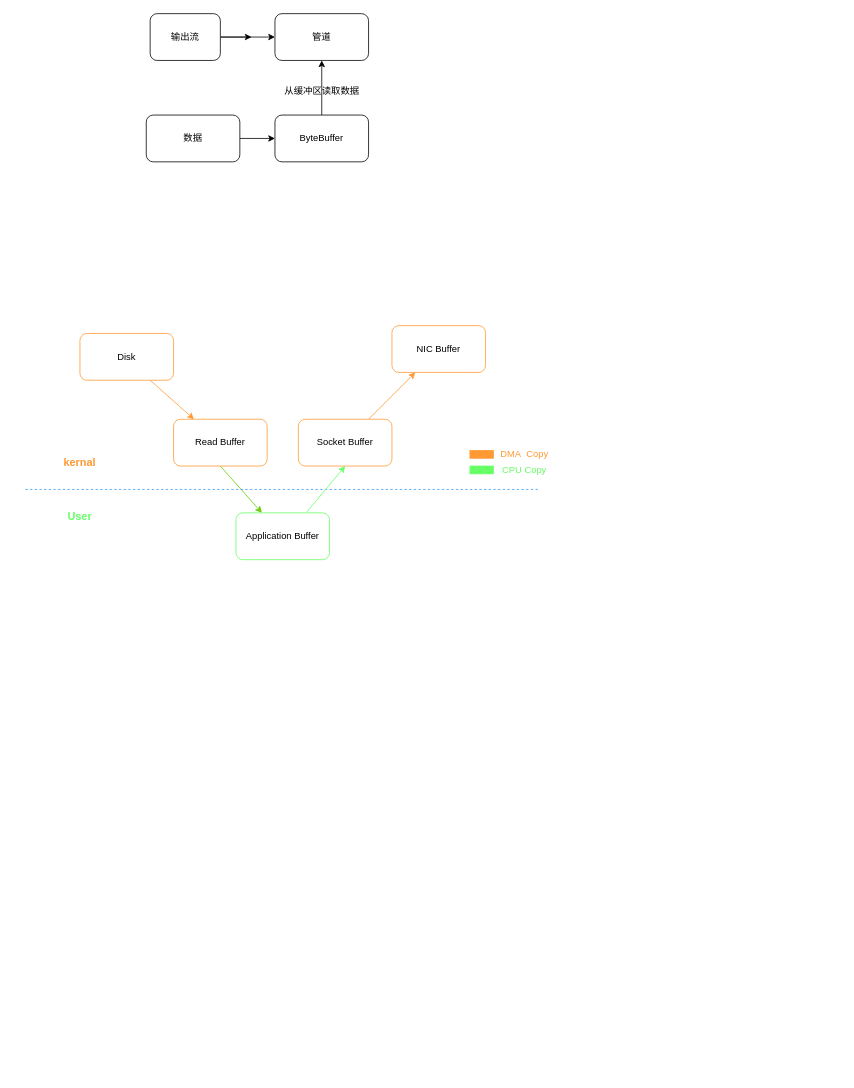
ZWYXY/all_images keeps this draw.io diagram as 1.drawio. Above is the earlier version. Source tidied: cells renumbered, new cells numbered last; positions are measured from the earlier drawing's top-left corner, leaving out a move shared by most shapes. Both pictures are drawn from the tidied source at 78%, with x=0, y=0 at pixel (25, 13).
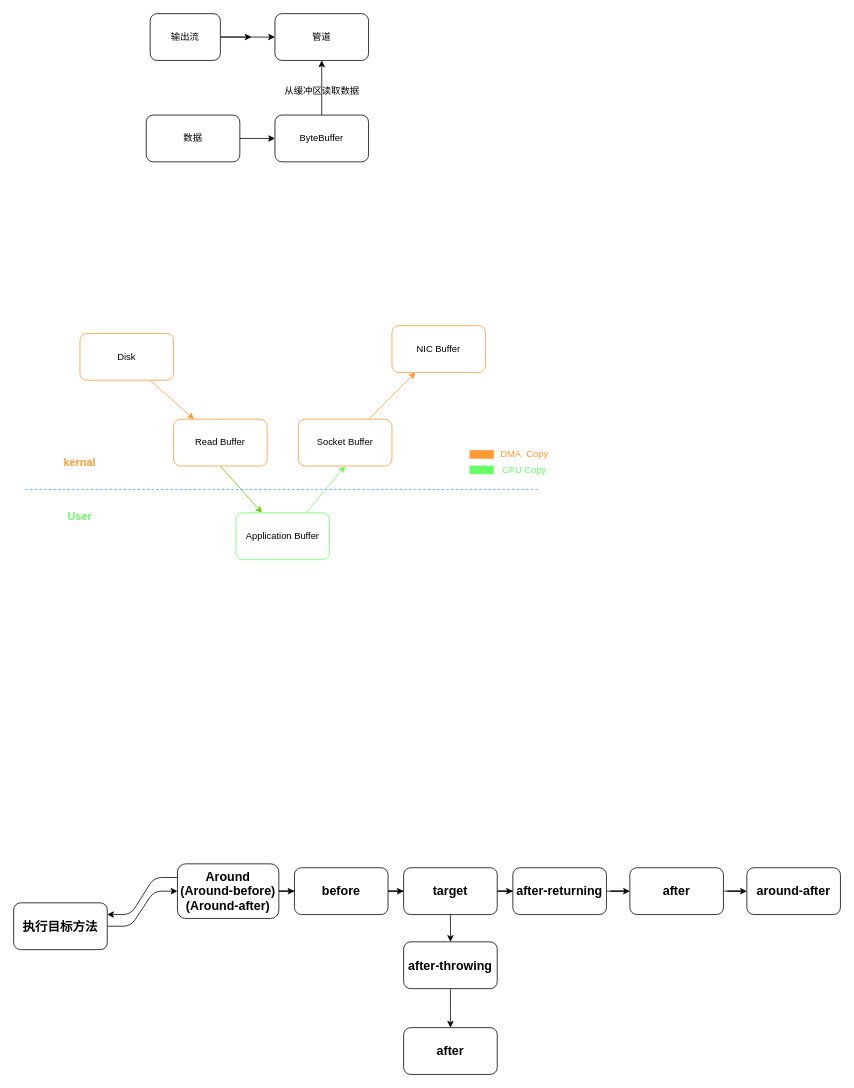
The same diagram, later.

The edit, as a diff of the source:
```diff
@@
+    <mxCell id="27" style="edgeStyle=entityRelationEdgeStyle;html=1;fontStyle=1;fontSize=16;" parent="1" edge="1" source="28" target="31">
+      <mxGeometry relative="1" as="geometry" />
+    </mxCell>
+    <mxCell id="28" value="执行目标方法" style="rounded=1;whiteSpace=wrap;html=1;fontStyle=1;fontSize=16;" parent="1" vertex="1">
+      <mxGeometry x="-15" y="1140" width="120" height="60" as="geometry" />
+    </mxCell>
+    <mxCell id="29" style="edgeStyle=entityRelationEdgeStyle;html=1;exitX=0;exitY=0.25;exitDx=0;exitDy=0;entryX=1;entryY=0.25;entryDx=0;entryDy=0;fontStyle=1;fontSize=16;" parent="1" edge="1" source="31" target="28">
+      <mxGeometry relative="1" as="geometry" />
+    </mxCell>
+    <mxCell id="30" style="edgeStyle=entityRelationEdgeStyle;html=1;fontStyle=1;fontSize=16;" parent="1" edge="1" source="31" target="33">
+      <mxGeometry relative="1" as="geometry" />
+    </mxCell>
+    <mxCell id="31" value="Around&lt;br style=&quot;font-size: 16px;&quot;&gt;(Around-before)&lt;br style=&quot;font-size: 16px;&quot;&gt;(Around-after)" style="whiteSpace=wrap;html=1;rounded=1;fontStyle=1;fontSize=16;" parent="1" vertex="1">
+      <mxGeometry x="195" y="1090" width="130" height="70" as="geometry" />
+    </mxCell>
+    <mxCell id="32" style="edgeStyle=entityRelationEdgeStyle;html=1;fontStyle=1;fontSize=16;" parent="1" edge="1" source="33" target="36">
+      <mxGeometry relative="1" as="geometry" />
+    </mxCell>
+    <mxCell id="33" value="before" style="rounded=1;whiteSpace=wrap;html=1;fontStyle=1;fontSize=16;" parent="1" vertex="1">
+      <mxGeometry x="345" y="1095" width="120" height="60" as="geometry" />
+    </mxCell>
+    <mxCell id="34" style="edgeStyle=entityRelationEdgeStyle;html=1;fontStyle=1;fontSize=16;" parent="1" edge="1" source="36" target="38">
+      <mxGeometry relative="1" as="geometry" />
+    </mxCell>
+    <mxCell id="35" style="edgeStyle=orthogonalEdgeStyle;html=1;exitX=0.5;exitY=1;exitDx=0;exitDy=0;entryX=0.5;entryY=0;entryDx=0;entryDy=0;curved=1;fontStyle=1;fontSize=16;" parent="1" edge="1" source="36" target="43">
+      <mxGeometry relative="1" as="geometry" />
+    </mxCell>
+    <mxCell id="36" value="target" style="whiteSpace=wrap;html=1;rounded=1;fontStyle=1;fontSize=16;" parent="1" vertex="1">
+      <mxGeometry x="485" y="1095" width="120" height="60" as="geometry" />
+    </mxCell>
+    <mxCell id="37" style="edgeStyle=entityRelationEdgeStyle;html=1;fontStyle=1;fontSize=16;" parent="1" edge="1" source="38" target="40">
+      <mxGeometry relative="1" as="geometry" />
+    </mxCell>
+    <mxCell id="38" value="after-returning" style="whiteSpace=wrap;html=1;rounded=1;fontStyle=1;fontSize=16;" parent="1" vertex="1">
+      <mxGeometry x="625" y="1095" width="120" height="60" as="geometry" />
+    </mxCell>
+    <mxCell id="39" style="edgeStyle=entityRelationEdgeStyle;html=1;fontStyle=1;fontSize=16;" parent="1" edge="1" source="40" target="41">
+      <mxGeometry relative="1" as="geometry" />
+    </mxCell>
+    <mxCell id="40" value="after" style="whiteSpace=wrap;html=1;rounded=1;fontStyle=1;fontSize=16;" parent="1" vertex="1">
+      <mxGeometry x="775" y="1095" width="120" height="60" as="geometry" />
+    </mxCell>
+    <mxCell id="41" value="around-after" style="whiteSpace=wrap;html=1;rounded=1;fontStyle=1;fontSize=16;" parent="1" vertex="1">
+      <mxGeometry x="925" y="1095" width="120" height="60" as="geometry" />
+    </mxCell>
+    <mxCell id="42" style="edgeStyle=orthogonalEdgeStyle;curved=1;html=1;fontSize=16;" parent="1" edge="1" source="43" target="44">
+      <mxGeometry relative="1" as="geometry" />
+    </mxCell>
+    <mxCell id="43" value="after-throwing" style="whiteSpace=wrap;html=1;rounded=1;fontStyle=1;fontSize=16;" parent="1" vertex="1">
+      <mxGeometry x="485" y="1190" width="120" height="60" as="geometry" />
+    </mxCell>
+    <mxCell id="44" value="after" style="whiteSpace=wrap;html=1;fontSize=16;rounded=1;fontStyle=1;" parent="1" vertex="1">
+      <mxGeometry x="485" y="1300" width="120" height="60" as="geometry" />
+    </mxCell>
```
